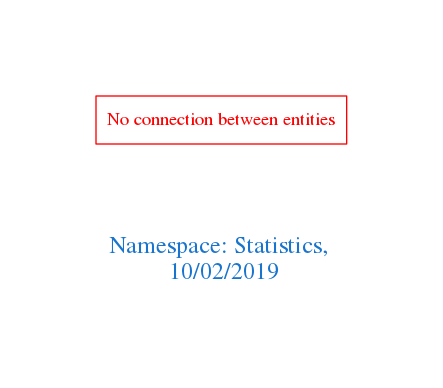
Above: downloads/Statistics.png in arago/OGIT (Graphviz), before the change. Its source is kept beside it as downloads/Statistics.dot.
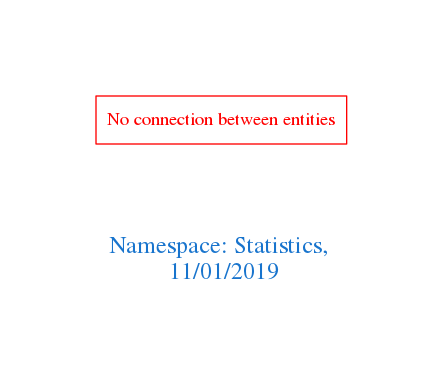
After the commit.

Change to the diagram source:
```diff
@@ -1,7 +1,7 @@
 digraph OGIT_ontology {
  graph [ rankdir= LR,pad=1
 fontsize = 18,
-fontcolor= dodgerblue3,label = "\n\n\nNamespace: Statistics, \n 10/02/2019"];
+fontcolor= dodgerblue3,label = "\n\n\nNamespace: Statistics, \n 11/01/2019"];
 node[shape=polygon];
 edge [  color="gray81"];
 
```
